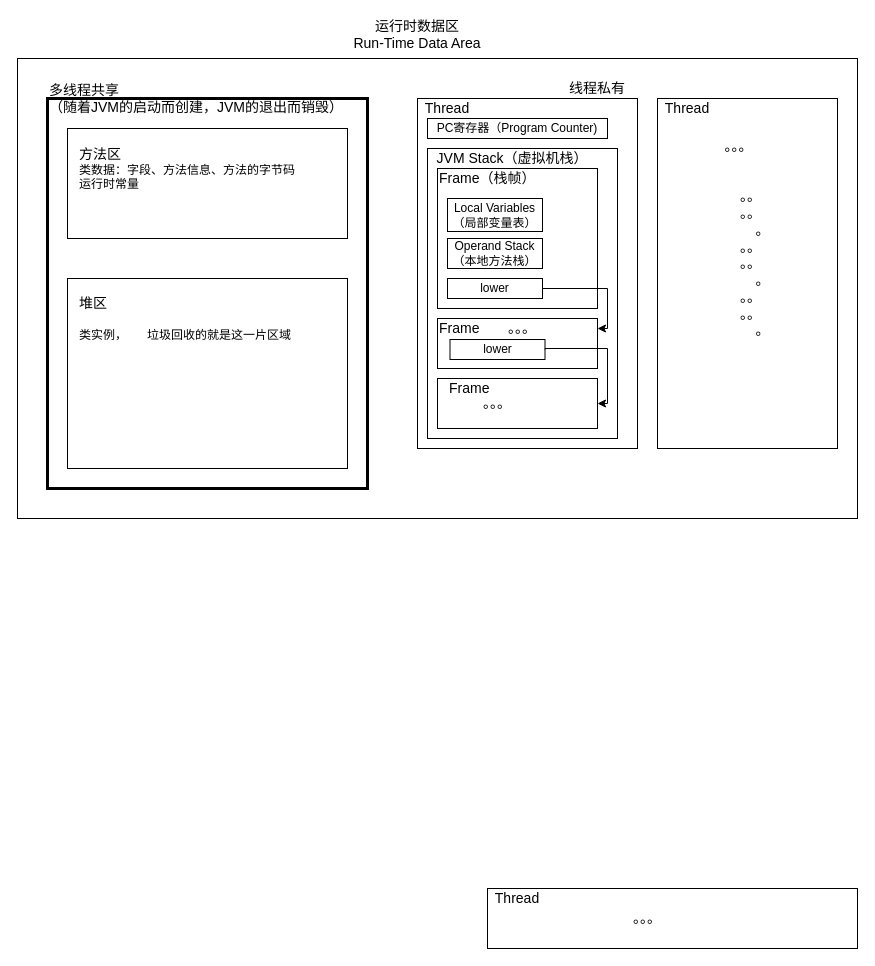
Before: docs/运行时数据区.drawio in nibnait/jvm-demo, a draw.io diagram. Source tidied: cells renumbered, new cells numbered last; positions are measured from the earlier drawing's top-left corner, leaving out a move shared by most shapes. Both pictures are drawn from the tidied source at 100%, with x=0, y=0 at pixel (17, 24).
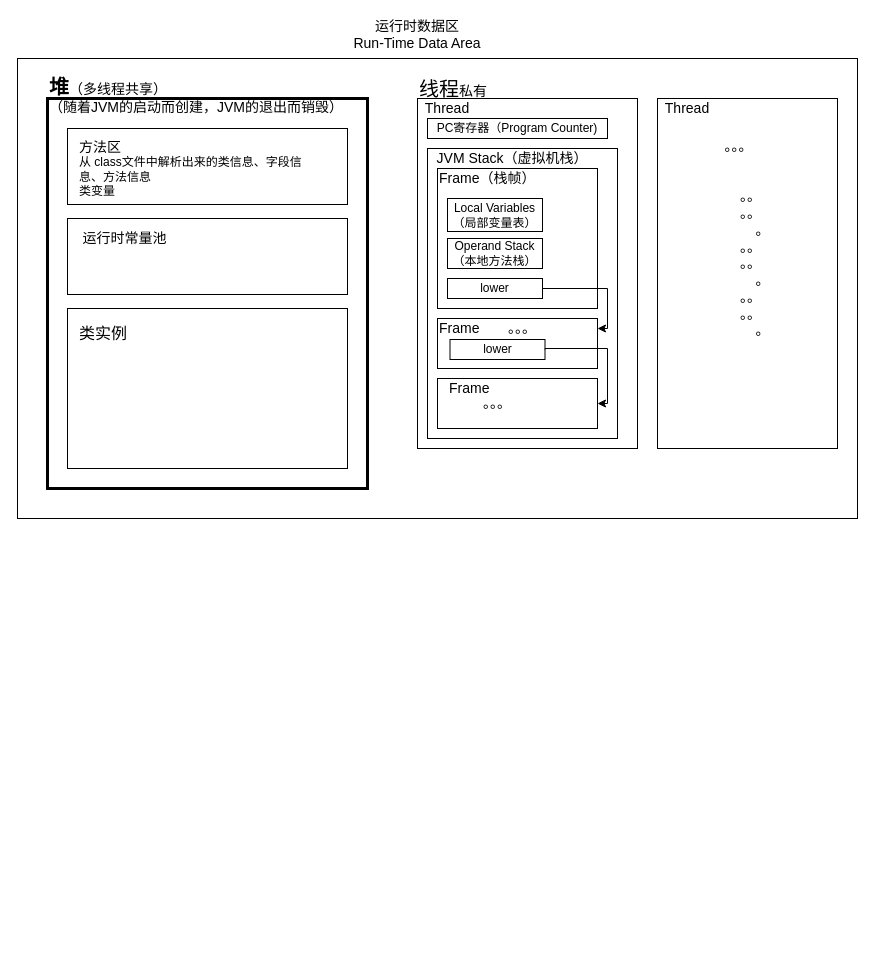
The same page after the edit.

Diff of the diagram source:
```diff
@@
-    <mxCell id="6" style="rounded=0;whiteSpace=wrap;html=1;" parent="1" vertex="1">
-      <mxGeometry x="470" y="864" width="370" height="60" as="geometry" />
-    </mxCell>
     <mxCell id="7" style="rounded=0;whiteSpace=wrap;html=1;" parent="1" vertex="1">
-      <mxGeometry x="50" y="104" width="280" height="110" as="geometry" />
+      <mxGeometry x="50" y="104" width="280" height="76" as="geometry" />
     </mxCell>
     <mxCell id="8" style="rounded=0;whiteSpace=wrap;html=1;" parent="1" vertex="1">
-      <mxGeometry x="50" y="254" width="280" height="190" as="geometry" />
+      <mxGeometry x="50" y="284" width="280" height="160" as="geometry" />
     </mxCell>
@@
-    <mxCell id="10" value="&lt;span style=&quot;font-size: 14px&quot;&gt;多线程共享&lt;br&gt;（随着JVM的启动而创建，JVM的退出而销毁）&lt;/span&gt;" style="text;html=1;strokeColor=none;fillColor=none;align=left;verticalAlign=middle;whiteSpace=wrap;rounded=0;" parent="1" vertex="1">
-      <mxGeometry x="30" y="64" width="320" height="20" as="geometry" />
+    <mxCell id="10" value="&lt;b&gt;&lt;font style=&quot;font-size: 20px&quot;&gt;堆&lt;/font&gt;&lt;/b&gt;&lt;span style=&quot;font-size: 14px&quot;&gt;（&lt;/span&gt;&lt;span style=&quot;font-size: 14px&quot;&gt;多线程共享）&lt;/span&gt;&lt;span style=&quot;font-size: 14px&quot;&gt;&lt;br&gt;（随着JVM的启动而创建，JVM的退出而销毁）&lt;/span&gt;" style="text;html=1;strokeColor=none;fillColor=none;align=left;verticalAlign=middle;whiteSpace=wrap;rounded=0;" parent="1" vertex="1">
+      <mxGeometry x="30" y="61" width="320" height="20" as="geometry" />
     </mxCell>
-    <mxCell id="11" value="&lt;span style=&quot;font-size: 14px&quot;&gt;线程私有&lt;/span&gt;" style="text;html=1;strokeColor=none;fillColor=none;align=center;verticalAlign=middle;whiteSpace=wrap;rounded=0;" parent="1" vertex="1">
-      <mxGeometry x="420" y="54" width="320" height="20" as="geometry" />
+    <mxCell id="11" value="&lt;font style=&quot;font-size: 20px&quot;&gt;线程&lt;/font&gt;&lt;span style=&quot;font-size: 14px&quot;&gt;私有&lt;/span&gt;" style="text;html=1;strokeColor=none;fillColor=none;align=left;verticalAlign=middle;whiteSpace=wrap;rounded=0;" parent="1" vertex="1">
+      <mxGeometry x="400" y="54" width="320" height="20" as="geometry" />
     </mxCell>
@@
-    <mxCell id="14" value="&lt;span style=&quot;font-size: 14px&quot;&gt;Thread&lt;br&gt;&lt;/span&gt;" style="text;html=1;strokeColor=none;fillColor=none;align=center;verticalAlign=middle;whiteSpace=wrap;rounded=0;" parent="1" vertex="1">
-      <mxGeometry x="470" y="864" width="60" height="20" as="geometry" />
-    </mxCell>
@@
-    <mxCell id="16" value="&lt;span style=&quot;font-size: 14px&quot;&gt;。。。&lt;br&gt;&lt;/span&gt;" style="text;html=1;strokeColor=none;fillColor=none;align=center;verticalAlign=middle;whiteSpace=wrap;rounded=0;" parent="1" vertex="1">
-      <mxGeometry x="600" y="884" width="60" height="20" as="geometry" />
-    </mxCell>
@@
-    <mxCell id="20" value="&lt;div&gt;&lt;span style=&quot;font-size: 14px&quot;&gt;方法区&lt;/span&gt;&lt;/div&gt;&lt;div&gt;类数据：字段、方法信息、方法的字节码&lt;/div&gt;&lt;div&gt;运行时常量&lt;/div&gt;" style="text;html=1;strokeColor=none;fillColor=none;align=left;verticalAlign=middle;whiteSpace=wrap;rounded=0;" parent="1" vertex="1">
-      <mxGeometry x="60" y="134" width="230" height="20" as="geometry" />
+    <mxCell id="20" value="&lt;div&gt;&lt;span style=&quot;font-size: 14px&quot;&gt;方法区&lt;/span&gt;&lt;/div&gt;&lt;div&gt;从 class文件中解析出来的类信息、字段信息、方法信息&lt;/div&gt;&lt;div&gt;类变量&lt;/div&gt;" style="text;html=1;strokeColor=none;fillColor=none;align=left;verticalAlign=middle;whiteSpace=wrap;rounded=0;" parent="1" vertex="1">
+      <mxGeometry x="60" y="134" width="240" height="20" as="geometry" />
     </mxCell>
-    <mxCell id="21" value="&lt;div&gt;&lt;span style=&quot;font-size: 14px&quot;&gt;堆区&lt;/span&gt;&lt;/div&gt;&lt;div&gt;&lt;span style=&quot;font-size: 14px&quot;&gt;&lt;br&gt;&lt;/span&gt;&lt;/div&gt;&lt;div&gt;类实例，&amp;nbsp; &amp;nbsp; &amp;nbsp; 垃圾回收的就是这一片区域&lt;/div&gt;" style="text;html=1;strokeColor=none;fillColor=none;align=left;verticalAlign=middle;whiteSpace=wrap;rounded=0;" parent="1" vertex="1">
-      <mxGeometry x="60" y="284" width="230" height="20" as="geometry" />
+    <mxCell id="21" value="&lt;div&gt;&lt;span&gt;&lt;font style=&quot;font-size: 16px&quot;&gt;类实例&lt;/font&gt;&lt;/span&gt;&lt;br&gt;&lt;/div&gt;" style="text;html=1;strokeColor=none;fillColor=none;align=left;verticalAlign=middle;whiteSpace=wrap;rounded=0;" parent="1" vertex="1">
+      <mxGeometry x="60" y="299" width="230" height="20" as="geometry" />
     </mxCell>
@@
+    <mxCell id="36" style="rounded=0;whiteSpace=wrap;html=1;" parent="1" vertex="1">
+      <mxGeometry x="50" y="194" width="280" height="76" as="geometry" />
+    </mxCell>
+    <mxCell id="37" value="&lt;font style=&quot;font-size: 14px&quot;&gt;运行时常量池&lt;/font&gt;" style="text;html=1;align=center;verticalAlign=middle;" parent="1" vertex="1">
+      <mxGeometry x="60" y="204" width="94" height="19" as="geometry" />
+    </mxCell>
```
